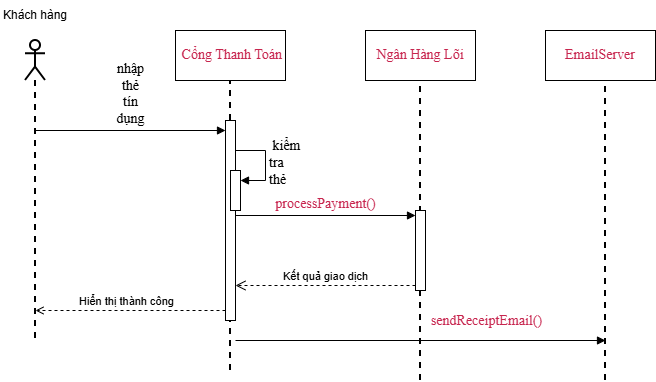
Earlier version of the draw.io export bai2.drawio.png (Phan-tich-thiet-ke-he-thong/HCMKS25CNTT7_PT_PTHT_Session10_Ex02). Source tidied: cells renumbered, new cells last; positions are measured from the earlier drawing's top-left corner, leaving out a move shared by most shapes.
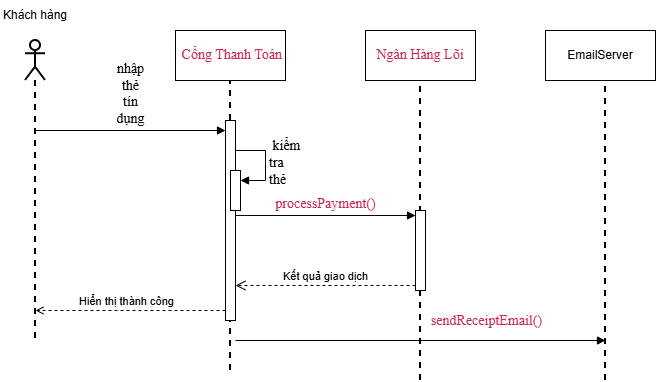
The same diagram one commit later.

The edit, as a diff of the source:
```diff
@@ -14,7 +14,7 @@
     <mxCell id="5" value="&lt;span style=&quot;font-family: SFProDisplay; font-size: 14px; text-align: start; background-color: rgb(255, 255, 255); color: light-dark(rgb(199, 37, 78), rgb(255, 255, 255));&quot;&gt;Ngân Hàng Lõi&lt;/span&gt;" style="html=1;whiteSpace=wrap;" parent="1" vertex="1">
       <mxGeometry x="365" y="30" width="110" height="50" as="geometry" />
     </mxCell>
-    <mxCell id="6" value="&lt;span style=&quot;font-family: SFProDisplay; font-size: 14px; text-align: start; background-color: light-dark(#ffffff, var(--ge-dark-color, #121212)); color: light-dark(rgb(199, 37, 78), rgb(255, 255, 255));&quot;&gt;EmailServer&lt;/span&gt;" style="html=1;whiteSpace=wrap;" parent="1" vertex="1">
+    <mxCell id="6" value="&lt;span style=&quot;text-align: start;&quot;&gt;EmailServer&lt;/span&gt;" style="html=1;whiteSpace=wrap;" parent="1" vertex="1">
       <mxGeometry x="545" y="30" width="110" height="50" as="geometry" />
     </mxCell>
     <mxCell id="7" value="&lt;span style=&quot;color: rgb(0, 0, 0); font-family: SFProDisplay; font-size: 14px; white-space: normal; background-color: rgb(255, 255, 255);&quot;&gt;nhập thẻ tín dụng&lt;/span&gt;" style="html=1;verticalAlign=bottom;endArrow=block;curved=0;rounded=0;align=center;" parent="1" edge="1" source="3">
```
